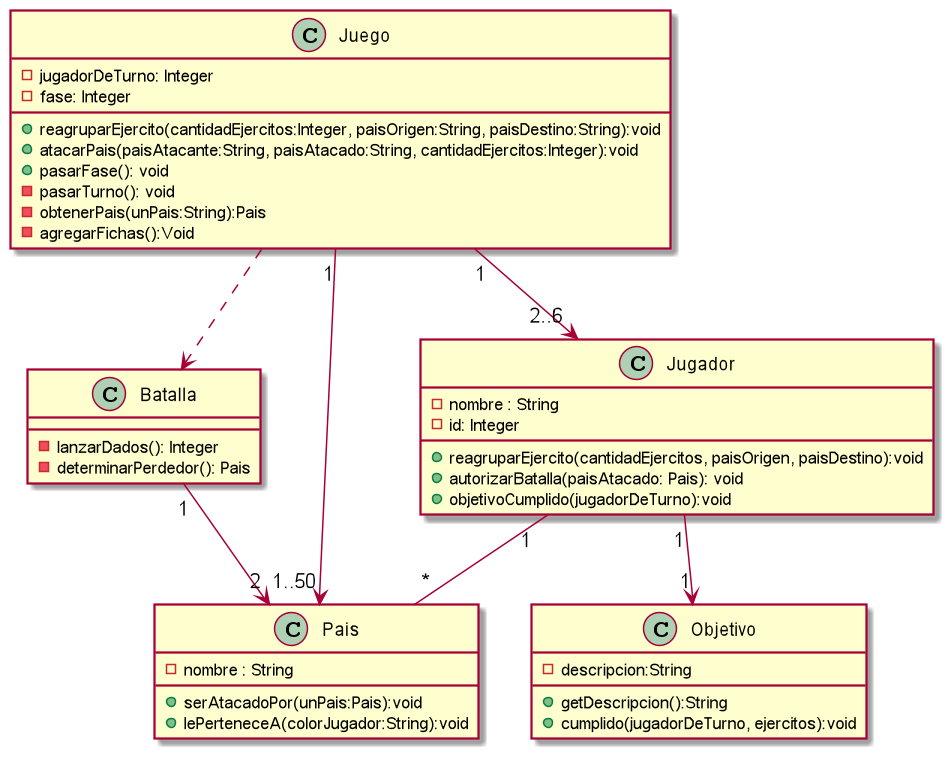
Earlier version of the PlantUML export docs/diagramasUML/diagramaDeClase.png (nauee/Algo3-TP2).
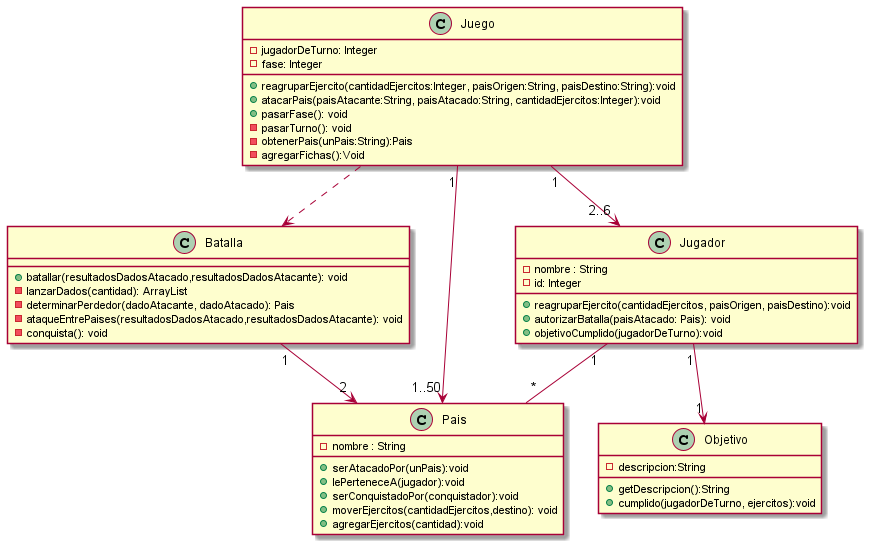
The same file after the commit.

Commit message:
Actualizacion diagramas y de tests

What changed in the source:
```diff
@@ -14,15 +14,21 @@
 
 class Batalla{
 
-    -lanzarDados(): Integer
-    -determinarPerdedor(): Pais
+    +batallar(resultadosDadosAtacado,resultadosDadosAtacante): void
+    -lanzarDados(cantidad): ArrayList
+    -determinarPerdedor(dadoAtacante, dadoAtacado): Pais
+    -ataqueEntrePaises(resultadosDadosAtacado,resultadosDadosAtacante): void
+    -conquista(): void
 }
 
 class Pais{
     -nombre : String
 
-    +serAtacadoPor(unPais:Pais):void
-    +lePerteneceA(colorJugador:String):void
+    +serAtacadoPor(unPais):void
+    +lePerteneceA(jugador):void
+    +serConquistadoPor(conquistador):void
+    +moverEjercitos(cantidadEjercitos,destino): void
+    +agregarEjercitos(cantidad):void
 }
 
 class Objetivo{
```
